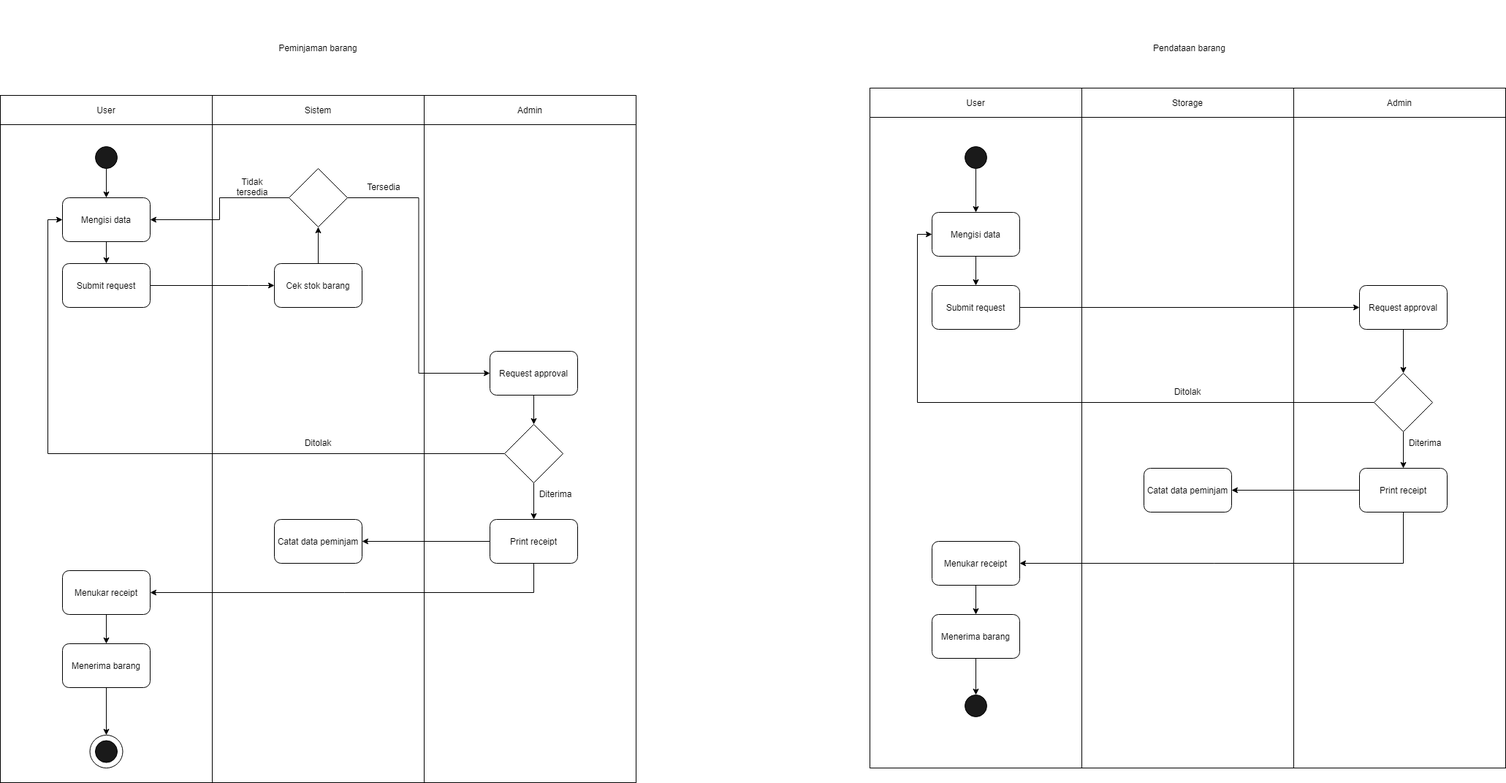
This is diagrams/Activity Diagram.drawio.png from johannfac/aplikasipeminjamanaset, a draw.io export, as it was before one commit. Source tidied: cells renumbered, new cells last; positions are measured from the earlier drawing's top-left corner, leaving out a move shared by most shapes.
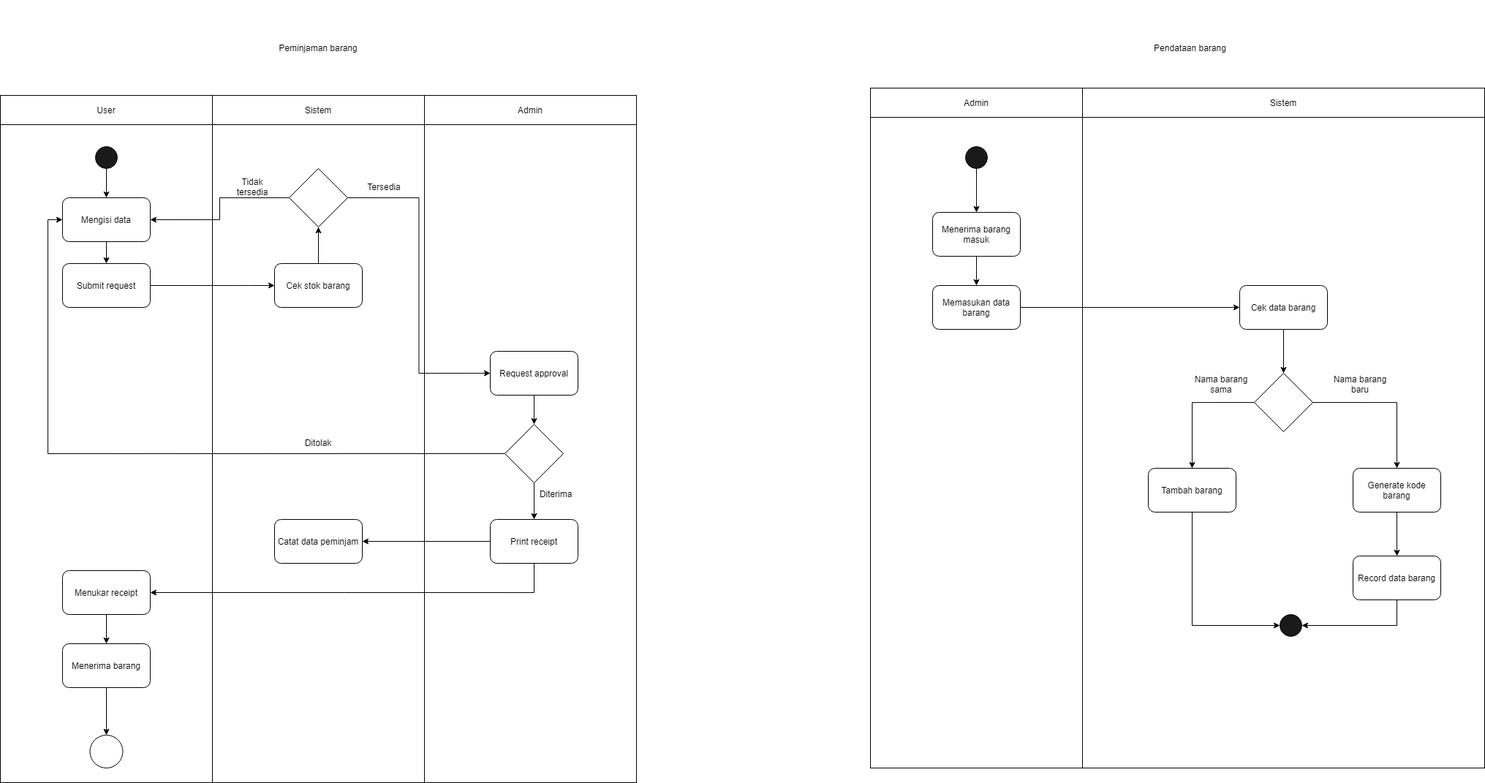
After the change.

Change to the diagram source:
```diff
@@ -94,9 +94,9 @@
     <mxCell id="30" value="Menerima barang" style="rounded=1;whiteSpace=wrap;html=1;fillColor=#FFFFFF;" parent="1" vertex="1">
       <mxGeometry x="85" y="880" width="120" height="60" as="geometry" />
     </mxCell>
-    <mxCell id="31" style="rounded=0;whiteSpace=wrap;html=1;fillColor=#FFFFFF;" parent="1" vertex="1">
-      <mxGeometry x="1480" y="160" width="290" height="890" as="geometry" />
-    </mxCell>
+    <mxCell id="67" style="ellipse;whiteSpace=wrap;html=1;fillColor=#1A1A1A;" parent="1" vertex="1">
+      <mxGeometry x="130" y="1012.5" width="30" height="30" as="geometry" />
+    </mxCell>
     <mxCell id="32" style="rounded=0;whiteSpace=wrap;html=1;fillColor=#FFFFFF;" parent="1" vertex="1">
       <mxGeometry x="1190" y="160" width="290" height="890" as="geometry" />
     </mxCell>
@@ -115,75 +115,36 @@
     <mxCell id="37" style="edgeStyle=orthogonalEdgeStyle;rounded=0;jettySize=auto;html=1;exitX=0.5;exitY=1;exitDx=0;exitDy=0;entryX=0.5;entryY=0;entryDx=0;entryDy=0;" parent="1" edge="1" source="38" target="44">
       <mxGeometry relative="1" as="geometry" />
     </mxCell>
-    <mxCell id="38" value="Mengisi data" style="rounded=1;whiteSpace=wrap;html=1;fillColor=#FFFFFF;" parent="1" vertex="1">
+    <mxCell id="38" value="Menerima barang masuk" style="rounded=1;whiteSpace=wrap;html=1;fillColor=#FFFFFF;" parent="1" vertex="1">
       <mxGeometry x="1275" y="290" width="120" height="60" as="geometry" />
     </mxCell>
-    <mxCell id="39" value="User" style="rounded=0;whiteSpace=wrap;html=1;fillColor=#FFFFFF;" parent="1" vertex="1">
+    <mxCell id="39" value="Admin" style="rounded=0;whiteSpace=wrap;html=1;fillColor=#FFFFFF;" parent="1" vertex="1">
       <mxGeometry x="1190" y="120" width="290" height="40" as="geometry" />
     </mxCell>
-    <mxCell id="40" value="Storage" style="rounded=0;whiteSpace=wrap;html=1;fillColor=#FFFFFF;" parent="1" vertex="1">
-      <mxGeometry x="1480" y="120" width="290" height="40" as="geometry" />
-    </mxCell>
-    <mxCell id="41" value="Admin" style="rounded=0;whiteSpace=wrap;html=1;fillColor=#FFFFFF;" parent="1" vertex="1">
-      <mxGeometry x="1770" y="120" width="290" height="40" as="geometry" />
+    <mxCell id="41" value="Sistem" style="rounded=0;whiteSpace=wrap;html=1;fillColor=#FFFFFF;" parent="1" vertex="1">
+      <mxGeometry x="1480" y="120" width="550" height="40" as="geometry" />
     </mxCell>
     <mxCell id="42" style="rounded=0;whiteSpace=wrap;html=1;fillColor=#FFFFFF;" parent="1" vertex="1">
-      <mxGeometry x="1770" y="160" width="290" height="890" as="geometry" />
+      <mxGeometry x="1480" y="160" width="550" height="890" as="geometry" />
     </mxCell>
     <mxCell id="43" style="edgeStyle=orthogonalEdgeStyle;rounded=0;jettySize=auto;html=1;exitX=1;exitY=0.5;exitDx=0;exitDy=0;entryX=0;entryY=0.5;entryDx=0;entryDy=0;" parent="1" edge="1" source="44" target="46">
       <mxGeometry relative="1" as="geometry" />
     </mxCell>
-    <mxCell id="44" value="Submit request" style="rounded=1;whiteSpace=wrap;html=1;fillColor=#FFFFFF;" parent="1" vertex="1">
+    <mxCell id="44" value="Memasukan data barang" style="rounded=1;whiteSpace=wrap;html=1;fillColor=#FFFFFF;" parent="1" vertex="1">
       <mxGeometry x="1275" y="390" width="120" height="60" as="geometry" />
     </mxCell>
-    <mxCell id="45" style="edgeStyle=orthogonalEdgeStyle;rounded=0;jettySize=auto;html=1;exitX=0.5;exitY=1;exitDx=0;exitDy=0;entryX=0.5;entryY=0;entryDx=0;entryDy=0;" parent="1" edge="1" source="46" target="49">
+    <mxCell id="45" style="edgeStyle=orthogonalEdgeStyle;rounded=0;jettySize=auto;html=1;exitX=0.5;exitY=1;exitDx=0;exitDy=0;entryX=0.5;entryY=0;entryDx=0;entryDy=0;" parent="1" edge="1" source="46" target="72">
       <mxGeometry relative="1" as="geometry" />
     </mxCell>
-    <mxCell id="46" value="Request approval" style="rounded=1;whiteSpace=wrap;html=1;fillColor=#FFFFFF;" parent="1" vertex="1">
-      <mxGeometry x="1860" y="390" width="120" height="60" as="geometry" />
+    <mxCell id="46" value="Cek data barang" style="rounded=1;whiteSpace=wrap;html=1;fillColor=#FFFFFF;" parent="1" vertex="1">
+      <mxGeometry x="1695" y="390" width="120" height="60" as="geometry" />
     </mxCell>
-    <mxCell id="47" style="edgeStyle=orthogonalEdgeStyle;rounded=0;jettySize=auto;html=1;exitX=0;exitY=0.5;exitDx=0;exitDy=0;entryX=0;entryY=0.5;entryDx=0;entryDy=0;" parent="1" edge="1" source="49" target="38">
-      <mxGeometry relative="1" as="geometry" />
-    </mxCell>
-    <mxCell id="48" style="edgeStyle=orthogonalEdgeStyle;rounded=0;jettySize=auto;html=1;exitX=0.5;exitY=1;exitDx=0;exitDy=0;" parent="1" edge="1" source="49" target="52">
-      <mxGeometry relative="1" as="geometry" />
-    </mxCell>
-    <mxCell id="49" style="rhombus;whiteSpace=wrap;html=1;" parent="1" vertex="1">
-      <mxGeometry x="1880" y="510" width="80" height="80" as="geometry" />
-    </mxCell>
-    <mxCell id="50" style="edgeStyle=orthogonalEdgeStyle;rounded=0;jettySize=auto;html=1;exitX=0;exitY=0.5;exitDx=0;exitDy=0;entryX=1;entryY=0.5;entryDx=0;entryDy=0;" parent="1" edge="1" source="52" target="57">
-      <mxGeometry relative="1" as="geometry" />
-    </mxCell>
-    <mxCell id="51" style="edgeStyle=orthogonalEdgeStyle;rounded=0;jettySize=auto;html=1;exitX=0.5;exitY=1;exitDx=0;exitDy=0;entryX=1;entryY=0.5;entryDx=0;entryDy=0;" parent="1" edge="1" source="52" target="56">
-      <mxGeometry relative="1" as="geometry" />
-    </mxCell>
+    <mxCell id="68" style="edgeStyle=orthogonalEdgeStyle;rounded=0;jettySize=auto;html=1;exitX=0.5;exitY=1;exitDx=0;exitDy=0;entryX=0;entryY=0.5;entryDx=0;entryDy=0;" parent="1" edge="1" source="52" target="69">
+      <mxGeometry relative="1" as="geometry" />
+    </mxCell>
-    <mxCell id="52" value="Print receipt" style="rounded=1;whiteSpace=wrap;html=1;fillColor=#FFFFFF;" parent="1" vertex="1">
-      <mxGeometry x="1860" y="640" width="120" height="60" as="geometry" />
+    <mxCell id="52" value="Tambah barang" style="rounded=1;whiteSpace=wrap;html=1;fillColor=#FFFFFF;" parent="1" vertex="1">
+      <mxGeometry x="1570" y="640" width="120" height="60" as="geometry" />
     </mxCell>
-    <mxCell id="53" value="Ditolak" style="text;html=1;strokeColor=none;fillColor=none;align=center;verticalAlign=middle;whiteSpace=wrap;rounded=0;" parent="1" vertex="1">
-      <mxGeometry x="1595" y="520" width="60" height="30" as="geometry" />
-    </mxCell>
-    <mxCell id="54" value="Diterima" style="text;html=1;strokeColor=none;fillColor=none;align=center;verticalAlign=middle;whiteSpace=wrap;rounded=0;" parent="1" vertex="1">
-      <mxGeometry x="1920" y="590" width="60" height="30" as="geometry" />
-    </mxCell>
-    <mxCell id="55" style="edgeStyle=orthogonalEdgeStyle;rounded=0;jettySize=auto;html=1;exitX=0.5;exitY=1;exitDx=0;exitDy=0;entryX=0.5;entryY=0;entryDx=0;entryDy=0;" parent="1" edge="1" source="56" target="59">
-      <mxGeometry relative="1" as="geometry" />
-    </mxCell>
-    <mxCell id="56" value="Menukar receipt" style="rounded=1;whiteSpace=wrap;html=1;fillColor=#FFFFFF;" parent="1" vertex="1">
-      <mxGeometry x="1275" y="740" width="120" height="60" as="geometry" />
-    </mxCell>
-    <mxCell id="57" value="Catat data peminjam" style="rounded=1;whiteSpace=wrap;html=1;fillColor=#FFFFFF;" parent="1" vertex="1">
-      <mxGeometry x="1565" y="640" width="120" height="60" as="geometry" />
-    </mxCell>
-    <mxCell id="58" style="edgeStyle=orthogonalEdgeStyle;rounded=0;jettySize=auto;html=1;exitX=0.5;exitY=1;exitDx=0;exitDy=0;entryX=0.5;entryY=0;entryDx=0;entryDy=0;" parent="1" edge="1" source="59" target="60">
-      <mxGeometry relative="1" as="geometry" />
-    </mxCell>
-    <mxCell id="59" value="Menerima barang" style="rounded=1;whiteSpace=wrap;html=1;fillColor=#FFFFFF;" parent="1" vertex="1">
-      <mxGeometry x="1275" y="840" width="120" height="60" as="geometry" />
-    </mxCell>
-    <mxCell id="60" style="ellipse;whiteSpace=wrap;html=1;fillColor=#1A1A1A;" parent="1" vertex="1">
-      <mxGeometry x="1320" y="950" width="30" height="30" as="geometry" />
-    </mxCell>
     <mxCell id="61" style="edgeStyle=orthogonalEdgeStyle;rounded=0;jettySize=auto;html=1;exitX=1;exitY=0.5;exitDx=0;exitDy=0;entryX=0;entryY=0.5;entryDx=0;entryDy=0;" parent="1" edge="1" source="63" target="17">
       <mxGeometry relative="1" as="geometry" />
     </mxCell>
@@ -199,11 +160,42 @@
     <mxCell id="65" value="Tersedia" style="text;html=1;strokeColor=none;fillColor=none;align=center;verticalAlign=middle;whiteSpace=wrap;rounded=0;" parent="1" vertex="1">
       <mxGeometry x="495" y="240" width="60" height="30" as="geometry" />
     </mxCell>
+    <mxCell id="69" style="ellipse;whiteSpace=wrap;html=1;fillColor=#1A1A1A;" parent="1" vertex="1">
+      <mxGeometry x="1750" y="840" width="30" height="30" as="geometry" />
+    </mxCell>
+    <mxCell id="70" style="edgeStyle=orthogonalEdgeStyle;rounded=0;jettySize=auto;html=1;exitX=0.5;exitY=1;exitDx=0;exitDy=0;entryX=0.5;entryY=0;entryDx=0;entryDy=0;" parent="1" edge="1" source="71" target="78">
+      <mxGeometry relative="1" as="geometry" />
+    </mxCell>
+    <mxCell id="71" value="Generate kode barang" style="rounded=1;whiteSpace=wrap;html=1;fillColor=#FFFFFF;" parent="1" vertex="1">
+      <mxGeometry x="1850" y="640" width="120" height="60" as="geometry" />
+    </mxCell>
+    <mxCell id="72" style="rhombus;whiteSpace=wrap;html=1;" parent="1" vertex="1">
+      <mxGeometry x="1715" y="510" width="80" height="80" as="geometry" />
+    </mxCell>
+    <mxCell id="73" style="edgeStyle=orthogonalEdgeStyle;rounded=0;jettySize=auto;html=1;exitX=0;exitY=0.5;exitDx=0;exitDy=0;entryX=0.5;entryY=0;entryDx=0;entryDy=0;" parent="1" edge="1" source="72" target="52">
+      <mxGeometry relative="1" as="geometry" />
+    </mxCell>
+    <mxCell id="74" value="Nama barang sama" style="text;html=1;strokeColor=none;fillColor=none;align=center;verticalAlign=middle;whiteSpace=wrap;rounded=0;" parent="1" vertex="1">
+      <mxGeometry x="1630" y="510" width="80" height="30" as="geometry" />
+    </mxCell>
+    <mxCell id="75" value="Nama barang baru" style="text;html=1;strokeColor=none;fillColor=none;align=center;verticalAlign=middle;whiteSpace=wrap;rounded=0;" parent="1" vertex="1">
+      <mxGeometry x="1820" y="510" width="80" height="30" as="geometry" />
+    </mxCell>
+    <mxCell id="76" style="edgeStyle=orthogonalEdgeStyle;rounded=0;jettySize=auto;html=1;exitX=1;exitY=0.5;exitDx=0;exitDy=0;entryX=0.5;entryY=0;entryDx=0;entryDy=0;" parent="1" edge="1" source="72" target="71">
+      <mxGeometry relative="1" as="geometry">
+        <Array as="points">
+          <mxPoint x="1910" y="550" />
+        </Array>
+      </mxGeometry>
+    </mxCell>
+    <mxCell id="77" style="edgeStyle=orthogonalEdgeStyle;rounded=0;jettySize=auto;html=1;exitX=0.5;exitY=1;exitDx=0;exitDy=0;entryX=1;entryY=0.5;entryDx=0;entryDy=0;" parent="1" edge="1" source="78" target="69">
+      <mxGeometry relative="1" as="geometry" />
+    </mxCell>
+    <mxCell id="78" value="Record data barang" style="rounded=1;whiteSpace=wrap;html=1;fillColor=#FFFFFF;" parent="1" vertex="1">
+      <mxGeometry x="1850" y="760" width="120" height="60" as="geometry" />
+    </mxCell>
     <mxCell id="66" style="ellipse;whiteSpace=wrap;html=1;" parent="1" vertex="1">
       <mxGeometry x="122.5" y="1005" width="45" height="45" as="geometry" />
     </mxCell>
-    <mxCell id="67" style="ellipse;whiteSpace=wrap;html=1;fillColor=#1A1A1A;" parent="1" vertex="1">
-      <mxGeometry x="130" y="1012.5" width="30" height="30" as="geometry" />
-    </mxCell>
   </root>
 </mxGraphModel>
```
